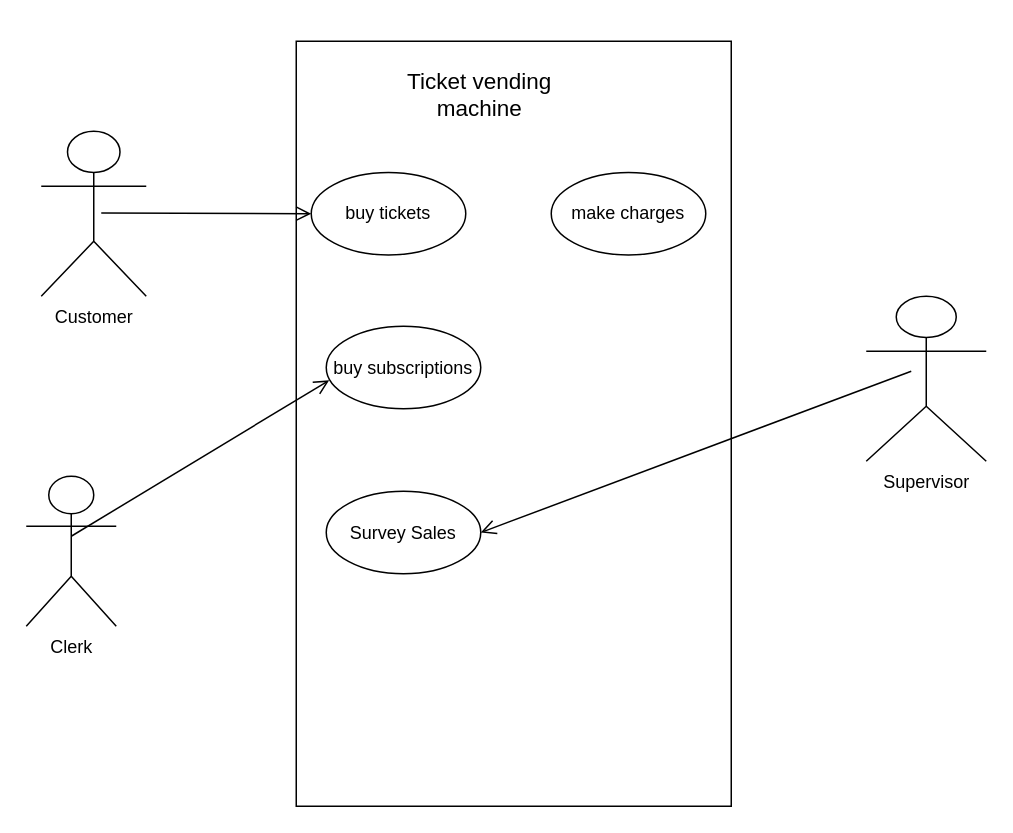
Eselebano/Info_Tech keeps this draw.io diagram as Assignment.drawio. Above is the earlier version. Source tidied: cells renumbered, new cells numbered last; positions are measured from the earlier drawing's top-left corner, leaving out a move shared by most shapes. Both pictures are drawn from the tidied source at 150%, with x=0, y=0 at pixel (26, 40).
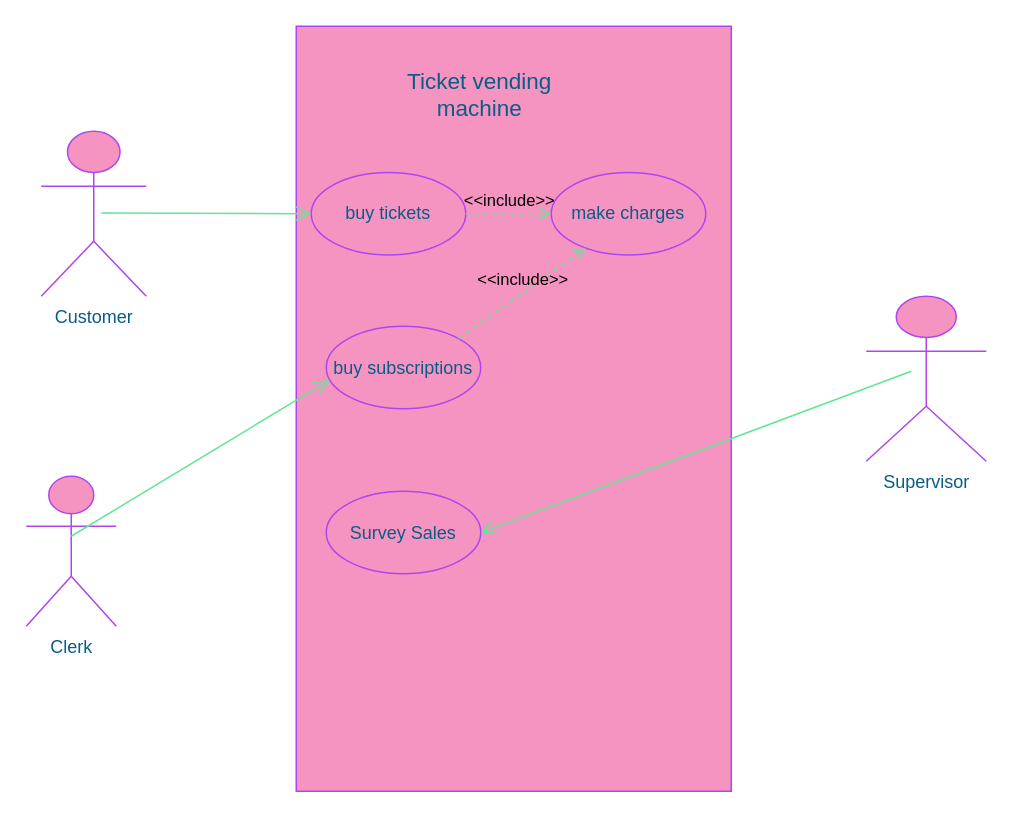
After the change.

Change to the diagram source:
```diff
@@
 <mxGraphModel>
   <root>
     <mxCell id="0" />
     <mxCell id="1" parent="0" />
-    <mxCell id="2" style="rounded=0;whiteSpace=wrap;html=1;" parent="1" vertex="1">
-      <mxGeometry x="180" width="290" height="510" as="geometry" />
+    <mxCell id="2" style="rounded=0;whiteSpace=wrap;html=1;labelBackgroundColor=none;fillColor=#F694C1;strokeColor=#AF45ED;fontColor=#095C86;" parent="1" vertex="1">
+      <mxGeometry x="180" y="-10" width="290" height="510" as="geometry" />
     </mxCell>
-    <mxCell id="3" value="&lt;font style=&quot;font-size: 15px;&quot;&gt;Ticket vending machine&lt;/font&gt;" style="text;html=1;strokeColor=none;fillColor=none;align=center;verticalAlign=middle;whiteSpace=wrap;rounded=0;" parent="1" vertex="1">
+    <mxCell id="3" value="&lt;font style=&quot;font-size: 15px;&quot;&gt;Ticket vending machine&lt;/font&gt;" style="text;html=1;strokeColor=none;fillColor=none;align=center;verticalAlign=middle;whiteSpace=wrap;rounded=0;labelBackgroundColor=none;fontColor=#095C86;" parent="1" vertex="1">
       <mxGeometry x="250" y="20" width="105" height="30" as="geometry" />
     </mxCell>
-    <mxCell id="4" value="Customer" style="shape=umlActor;verticalLabelPosition=bottom;verticalAlign=top;html=1;" parent="1" vertex="1">
+    <mxCell id="4" value="Customer" style="shape=umlActor;verticalLabelPosition=bottom;verticalAlign=top;html=1;labelBackgroundColor=none;fillColor=#F694C1;strokeColor=#AF45ED;fontColor=#095C86;" parent="1" vertex="1">
       <mxGeometry x="10" y="60" width="70" height="110" as="geometry" />
     </mxCell>
-    <mxCell id="5" value="Clerk" style="shape=umlActor;verticalLabelPosition=bottom;verticalAlign=top;html=1;" parent="1" vertex="1">
+    <mxCell id="5" value="Clerk" style="shape=umlActor;verticalLabelPosition=bottom;verticalAlign=top;html=1;labelBackgroundColor=none;fillColor=#F694C1;strokeColor=#AF45ED;fontColor=#095C86;" parent="1" vertex="1">
       <mxGeometry y="290" width="60" height="100" as="geometry" />
     </mxCell>
-    <mxCell id="6" value="Supervisor" style="shape=umlActor;verticalLabelPosition=bottom;verticalAlign=top;html=1;" parent="1" vertex="1">
+    <mxCell id="6" value="Supervisor" style="shape=umlActor;verticalLabelPosition=bottom;verticalAlign=top;html=1;labelBackgroundColor=none;fillColor=#F694C1;strokeColor=#AF45ED;fontColor=#095C86;" parent="1" vertex="1">
       <mxGeometry x="560" y="170" width="80" height="110" as="geometry" />
     </mxCell>
-    <mxCell id="7" value="buy tickets" style="ellipse;whiteSpace=wrap;html=1;" parent="1" vertex="1">
+    <mxCell id="7" value="buy tickets" style="ellipse;whiteSpace=wrap;html=1;labelBackgroundColor=none;fillColor=#F694C1;strokeColor=#AF45ED;fontColor=#095C86;" parent="1" vertex="1">
       <mxGeometry x="190" y="87.5" width="103" height="55" as="geometry" />
     </mxCell>
-    <mxCell id="8" value="buy subscriptions" style="ellipse;whiteSpace=wrap;html=1;" parent="1" vertex="1">
+    <mxCell id="8" value="buy subscriptions" style="ellipse;whiteSpace=wrap;html=1;labelBackgroundColor=none;fillColor=#F694C1;strokeColor=#AF45ED;fontColor=#095C86;" parent="1" vertex="1">
       <mxGeometry x="200" y="190" width="103" height="55" as="geometry" />
     </mxCell>
-    <mxCell id="9" value="Survey Sales" style="ellipse;whiteSpace=wrap;html=1;" parent="1" vertex="1">
+    <mxCell id="9" value="Survey Sales" style="ellipse;whiteSpace=wrap;html=1;labelBackgroundColor=none;fillColor=#F694C1;strokeColor=#AF45ED;fontColor=#095C86;" parent="1" vertex="1">
       <mxGeometry x="200" y="300" width="103" height="55" as="geometry" />
     </mxCell>
-    <mxCell id="10" value="make charges" style="ellipse;whiteSpace=wrap;html=1;" parent="1" vertex="1">
+    <mxCell id="10" value="make charges" style="ellipse;whiteSpace=wrap;html=1;labelBackgroundColor=none;fillColor=#F694C1;strokeColor=#AF45ED;fontColor=#095C86;" parent="1" vertex="1">
       <mxGeometry x="350" y="87.5" width="103" height="55" as="geometry" />
     </mxCell>
-    <mxCell id="11" style="endArrow=open;startArrow=none;endFill=0;startFill=0;endSize=8;html=1;verticalAlign=bottom;labelBackgroundColor=none;strokeWidth=1;rounded=0;entryX=1;entryY=0.5;entryDx=0;entryDy=0;" parent="1" edge="1" target="9">
+    <mxCell id="11" style="endArrow=open;startArrow=none;endFill=0;startFill=0;endSize=8;html=1;verticalAlign=bottom;labelBackgroundColor=none;strokeWidth=1;rounded=0;entryX=1;entryY=0.5;entryDx=0;entryDy=0;fontColor=default;strokeColor=#60E696;" parent="1" edge="1" target="9">
       <mxGeometry relative="1" as="geometry">
         <mxPoint x="590" y="220" as="sourcePoint" />
       </mxGeometry>
     </mxCell>
-    <mxCell id="12" style="endArrow=open;startArrow=none;endFill=0;startFill=0;endSize=8;html=1;verticalAlign=bottom;labelBackgroundColor=none;strokeWidth=1;rounded=0;entryX=0;entryY=0.5;entryDx=0;entryDy=0;" parent="1" edge="1" target="7">
+    <mxCell id="12" style="endArrow=open;startArrow=none;endFill=0;startFill=0;endSize=8;html=1;verticalAlign=bottom;labelBackgroundColor=none;strokeWidth=1;rounded=0;entryX=0;entryY=0.5;entryDx=0;entryDy=0;fontColor=default;strokeColor=#60E696;" parent="1" edge="1" target="7">
       <mxGeometry relative="1" as="geometry">
         <mxPoint x="50" y="114.5" as="sourcePoint" />
       </mxGeometry>
     </mxCell>
-    <mxCell id="13" style="endArrow=open;startArrow=none;endFill=0;startFill=0;endSize=8;html=1;verticalAlign=bottom;labelBackgroundColor=none;strokeWidth=1;rounded=0;entryX=0.019;entryY=0.655;entryDx=0;entryDy=0;entryPerimeter=0;" parent="1" edge="1" target="8">
+    <mxCell id="13" style="endArrow=open;startArrow=none;endFill=0;startFill=0;endSize=8;html=1;verticalAlign=bottom;labelBackgroundColor=none;strokeWidth=1;rounded=0;entryX=0.019;entryY=0.655;entryDx=0;entryDy=0;entryPerimeter=0;fontColor=default;strokeColor=#60E696;" parent="1" edge="1" target="8">
       <mxGeometry relative="1" as="geometry">
         <mxPoint x="30" y="330" as="sourcePoint" />
       </mxGeometry>
     </mxCell>
+    <mxCell id="14" value="&amp;lt;&amp;lt;include&amp;gt;&amp;gt;" style="html=1;verticalAlign=bottom;labelBackgroundColor=none;endArrow=open;endFill=0;dashed=1;rounded=0;fontColor=default;strokeColor=#60E696;" parent="1" edge="1" source="7" target="10">
+      <mxGeometry relative="1" as="geometry" />
+    </mxCell>
+    <mxCell id="15" value="&amp;lt;&amp;lt;include&amp;gt;&amp;gt;" style="html=1;verticalAlign=bottom;labelBackgroundColor=none;endArrow=open;endFill=0;dashed=1;rounded=0;entryX=0.223;entryY=0.918;entryDx=0;entryDy=0;entryPerimeter=0;exitX=1;exitY=0;exitDx=0;exitDy=0;fontColor=default;strokeColor=#60E696;" parent="1" edge="1" source="8" target="10">
+      <mxGeometry relative="1" as="geometry" />
+    </mxCell>
   </root>
 </mxGraphModel>
```
